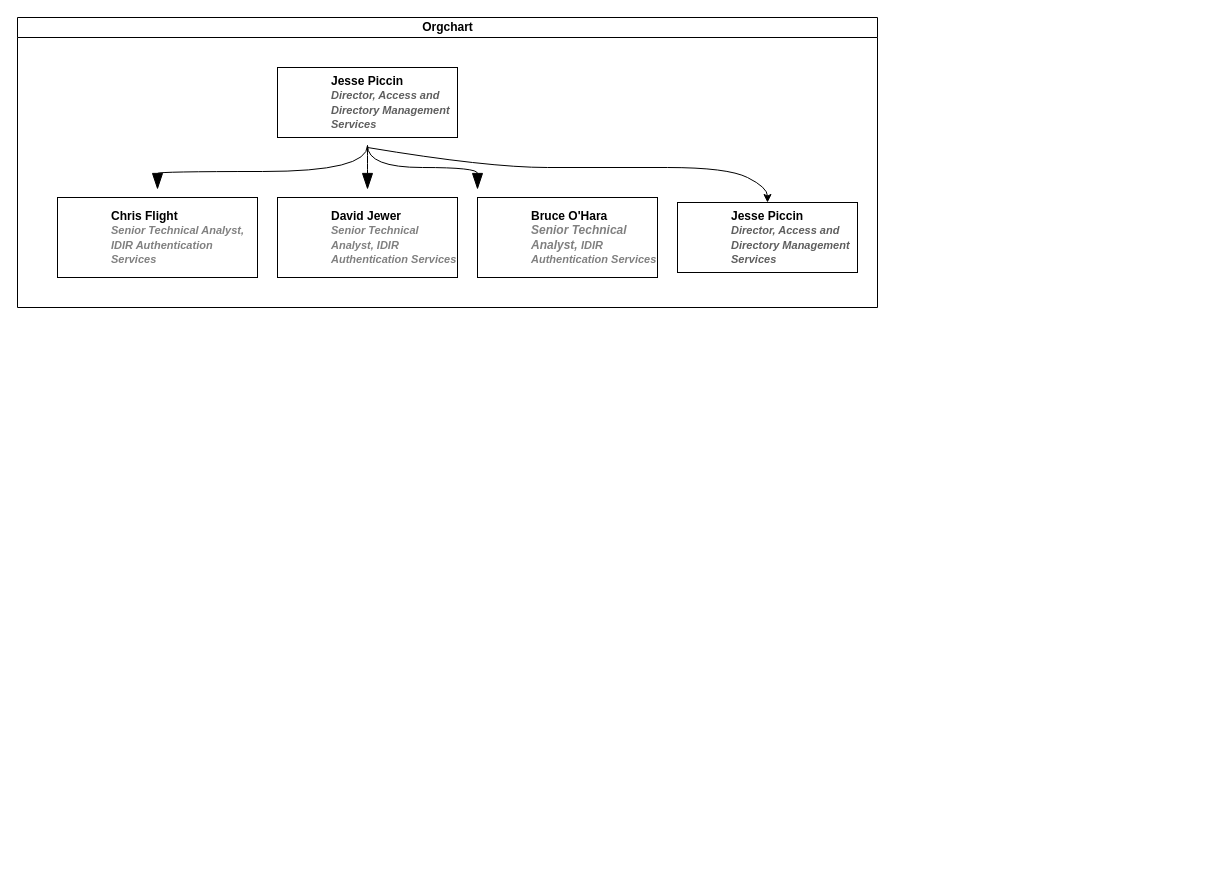
ThindK/myrepo keeps this draw.io diagram as page "Access and Directory Management Services" (4 of 4) of Untitled Diagram.drawio. Above is the earlier version. Source tidied: cells renumbered, new cells numbered last; positions are measured from the earlier drawing's top-left corner, leaving out a move shared by most shapes. Both pictures are drawn from the tidied source at 100%, with x=0, y=0 at pixel (17, 17).
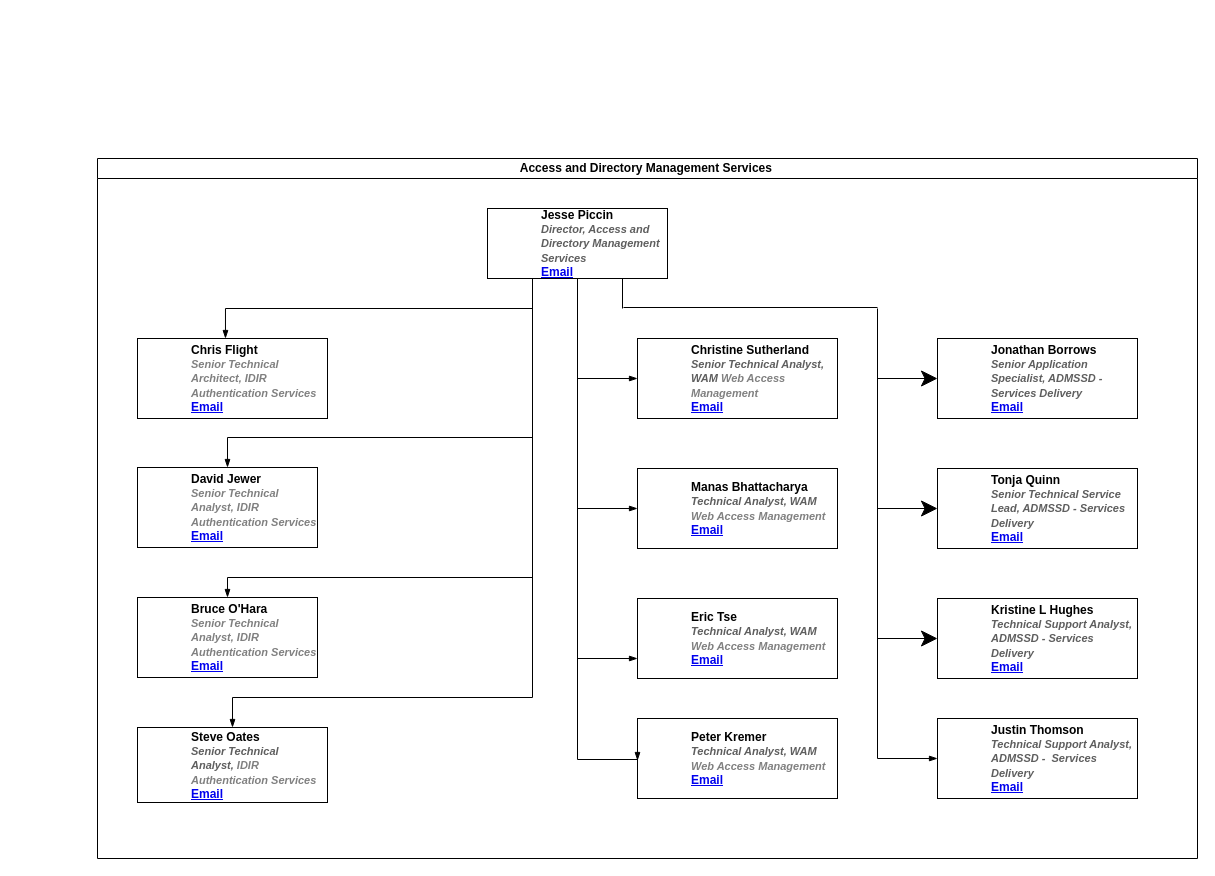
After the change.

The edit, as a diff of the source:
```diff
@@
-    <mxCell id="2" value="Orgchart" style="swimlane;html=1;startSize=20;horizontal=1;containerType=tree;glass=0;hachureGap=4;" parent="1" vertex="1">
-      <mxGeometry width="860" height="290" as="geometry" />
-    </mxCell>
-    <mxCell id="3" value="Jesse Piccin&lt;br&gt;&lt;i style=&quot;font-size: 11px&quot;&gt;&lt;font style=&quot;font-size: 11px&quot;&gt;&lt;font color=&quot;#5e5e5e&quot;&gt;Director, Access and Directory Management Services&lt;/font&gt;&lt;br&gt;&lt;/font&gt;&lt;/i&gt;" style="label;whiteSpace=wrap;html=1;rounded=0;glass=0;hachureGap=4;" parent="2" vertex="1">
-      <mxGeometry x="260" y="50" width="180" height="70" as="geometry" />
-    </mxCell>
-    <mxCell id="4" style="endArrow=blockThin;endFill=1;fontSize=11;edgeStyle=elbowEdgeStyle;elbow=vertical;rounded=0;startSize=14;endSize=14;sourcePerimeterSpacing=8;targetPerimeterSpacing=8;curved=1;" parent="2" edge="1" target="5">
-      <mxGeometry relative="1" as="geometry">
-        <mxPoint x="350" y="128" as="sourcePoint" />
-      </mxGeometry>
-    </mxCell>
-    <mxCell id="5" value="Chris Flight&lt;br&gt;&lt;font color=&quot;#808080&quot; size=&quot;1&quot;&gt;&lt;i style=&quot;font-size: 11px&quot;&gt;Senior Technical Analyst, IDIR Authentication Services&lt;/i&gt;&lt;/font&gt;" style="label;whiteSpace=wrap;html=1;rounded=0;glass=0;hachureGap=4;" parent="2" vertex="1">
-      <mxGeometry x="40" y="180" width="200" height="80" as="geometry" />
-    </mxCell>
-    <mxCell id="6" style="endArrow=blockThin;endFill=1;fontSize=11;edgeStyle=elbowEdgeStyle;elbow=vertical;rounded=0;startSize=14;endSize=14;sourcePerimeterSpacing=8;targetPerimeterSpacing=8;curved=1;" parent="2" edge="1" source="3" target="7">
-      <mxGeometry relative="1" as="geometry" />
-    </mxCell>
-    <mxCell id="7" value="David Jewer&lt;br&gt;&lt;font color=&quot;#808080&quot;&gt;&lt;span style=&quot;font-size: 11px&quot;&gt;&lt;i&gt;Senior Technical Analyst, IDIR Authentication Services&lt;/i&gt;&lt;/span&gt;&lt;/font&gt;&lt;br&gt;" style="label;whiteSpace=wrap;html=1;rounded=0;glass=0;hachureGap=4;" parent="2" vertex="1">
-      <mxGeometry x="260" y="180" width="180" height="80" as="geometry" />
-    </mxCell>
-    <mxCell id="8" style="endArrow=blockThin;endFill=1;fontSize=11;edgeStyle=elbowEdgeStyle;elbow=vertical;rounded=0;startSize=14;endSize=14;sourcePerimeterSpacing=8;targetPerimeterSpacing=8;curved=1;" parent="2" edge="1" source="3" target="9">
-      <mxGeometry relative="1" as="geometry">
-        <Array as="points">
-          <mxPoint x="460" y="150" />
-        </Array>
-      </mxGeometry>
-    </mxCell>
-    <mxCell id="9" value="Bruce O'Hara&lt;br&gt;&lt;i style=&quot;color: gray&quot;&gt;Senior Technical Analyst,&amp;nbsp;&lt;/i&gt;&lt;i style=&quot;color: rgb(128 , 128 , 128) ; font-size: 11px&quot;&gt;IDIR Authentication Services&lt;/i&gt;" style="label;whiteSpace=wrap;html=1;rounded=0;glass=0;hachureGap=4;" parent="2" vertex="1">
-      <mxGeometry x="460" y="180" width="180" height="80" as="geometry" />
-    </mxCell>
-    <mxCell id="10" style="edgeStyle=none;curved=1;rounded=0;jettySize=auto;html=1;entryX=0.5;entryY=0;entryDx=0;entryDy=0;" parent="2" edge="1" target="11">
-      <mxGeometry relative="1" as="geometry">
-        <mxPoint x="350" y="130" as="sourcePoint" />
-        <Array as="points">
-          <mxPoint x="470" y="150" />
-          <mxPoint x="590" y="150" />
-          <mxPoint x="710" y="150" />
-          <mxPoint x="750" y="170" />
-        </Array>
-      </mxGeometry>
-    </mxCell>
-    <mxCell id="11" value="Jesse Piccin&lt;br&gt;&lt;i style=&quot;font-size: 11px&quot;&gt;&lt;font style=&quot;font-size: 11px&quot;&gt;&lt;font color=&quot;#5e5e5e&quot;&gt;Director, Access and Directory Management Services&lt;/font&gt;&lt;br&gt;&lt;/font&gt;&lt;/i&gt;" style="label;whiteSpace=wrap;html=1;rounded=0;glass=0;hachureGap=4;" parent="2" vertex="1">
-      <mxGeometry x="660" y="185" width="180" height="70" as="geometry" />
-    </mxCell>
+    <mxCell id="12" value="Access and Directory Management Services&amp;nbsp;" style="swimlane;html=1;startSize=20;horizontal=1;containerType=tree;glass=0;" parent="1" vertex="1">
+      <mxGeometry x="80" y="141" width="1100" height="700" as="geometry" />
+    </mxCell>
+    <object id="13" label="Jesse Piccin&lt;br&gt;&lt;i style=&quot;font-size: 11px&quot;&gt;&lt;font color=&quot;#5e5e5e&quot;&gt;Director, Access and Directory Management Services&lt;/font&gt;&lt;/i&gt;&lt;br&gt;&lt;a href=&quot;mailto:%email%&quot;&gt;Email&lt;/a&gt;" email="Jesse.Piccin@gov.bc.ca" placeholders="1">
+      <mxCell style="label;whiteSpace=wrap;html=1;rounded=0;glass=0;" parent="12" vertex="1">
+        <mxGeometry x="390" y="50" width="180" height="70" as="geometry" />
+      </mxCell>
+    </object>
+    <mxCell id="14" style="endArrow=blockThin;endFill=1;fontSize=11;edgeStyle=elbowEdgeStyle;elbow=vertical;rounded=0;entryX=0.463;entryY=0;entryDx=0;entryDy=0;entryPerimeter=0;exitX=0.25;exitY=1;exitDx=0;exitDy=0;" parent="12" edge="1" source="13" target="15">
+      <mxGeometry relative="1" as="geometry" />
+    </mxCell>
+    <object id="15" label="Chris Flight&lt;br&gt;&lt;i style=&quot;color: gray ; font-size: 11px&quot;&gt;Senior Technical Architect, IDIR Authentication Services&lt;br&gt;&lt;/i&gt;&lt;a href=&quot;mailto:%email%&quot;&gt;Email&lt;/a&gt;" email="chris.flight@gov.bc.ca" placeholders="1">
+      <mxCell style="label;whiteSpace=wrap;html=1;rounded=0;glass=0;" parent="12" vertex="1">
+        <mxGeometry x="40" y="180" width="190" height="80" as="geometry" />
+      </mxCell>
+    </object>
+    <mxCell id="16" value="Christine Sutherland&lt;br&gt;&lt;i style=&quot;font-size: 11px&quot;&gt;&lt;font color=&quot;#5e5e5e&quot;&gt;Senior Technical Analyst, WAM &lt;/font&gt;&lt;font color=&quot;#808080&quot;&gt;Web Access Management&lt;/font&gt;&lt;/i&gt;&lt;br&gt;&lt;a href=&quot;mailto:Jesse.Piccin@gov.bc.ca&quot;&gt;Email&lt;/a&gt;" style="label;whiteSpace=wrap;html=1;rounded=0;glass=0;" parent="12" vertex="1">
+      <mxGeometry x="540" y="180" width="200" height="80" as="geometry" />
+    </mxCell>
+    <mxCell id="17" style="endArrow=blockThin;endFill=1;fontSize=11;edgeStyle=elbowEdgeStyle;elbow=vertical;rounded=0;exitX=0.5;exitY=1;exitDx=0;exitDy=0;" parent="12" edge="1" source="13">
+      <mxGeometry relative="1" as="geometry">
+        <mxPoint x="540" y="220" as="targetPoint" />
+        <Array as="points">
+          <mxPoint x="490" y="220" />
+        </Array>
+      </mxGeometry>
+    </mxCell>
+    <mxCell id="18" value="Manas Bhattacharya&lt;br&gt;&lt;i style=&quot;font-size: 11px&quot;&gt;&lt;font color=&quot;#5e5e5e&quot;&gt;Technical Analyst, WAM &lt;/font&gt;&lt;font color=&quot;#808080&quot;&gt;Web Access Management&lt;/font&gt;&lt;/i&gt;&lt;br&gt;&lt;a href=&quot;mailto:Jesse.Piccin@gov.bc.ca&quot;&gt;Email&lt;/a&gt;" style="label;whiteSpace=wrap;html=1;rounded=0;glass=0;" parent="12" vertex="1">
+      <mxGeometry x="540" y="310" width="200" height="80" as="geometry" />
+    </mxCell>
+    <mxCell id="19" value="&lt;font&gt;Eric Tse&amp;nbsp;&lt;br&gt;&lt;font color=&quot;#5e5e5e&quot; style=&quot;font-size: 11px&quot;&gt;&lt;i&gt;Technical Analyst, WAM &lt;/i&gt;&lt;/font&gt;&lt;/font&gt;&lt;font color=&quot;#808080&quot; style=&quot;font-size: 11px ; font-style: italic&quot;&gt;Web Access Management&lt;/font&gt;&lt;br&gt;&lt;a href=&quot;mailto:Jesse.Piccin@gov.bc.ca&quot;&gt;Email&lt;/a&gt;" style="label;whiteSpace=wrap;html=1;rounded=0;glass=0;" parent="12" vertex="1">
+      <mxGeometry x="540" y="440" width="200" height="80" as="geometry" />
+    </mxCell>
+    <mxCell id="20" value="Peter Kremer&lt;br&gt;&lt;i style=&quot;font-size: 11px&quot;&gt;&lt;font color=&quot;#5e5e5e&quot;&gt;Technical Analyst, WAM &lt;/font&gt;&lt;font color=&quot;#808080&quot;&gt;Web Access Management&lt;/font&gt;&lt;/i&gt;&lt;br&gt;&lt;a href=&quot;mailto:Jesse.Piccin@gov.bc.ca&quot;&gt;Email&lt;/a&gt;" style="label;whiteSpace=wrap;html=1;rounded=0;glass=0;" parent="12" vertex="1">
+      <mxGeometry x="540" y="560" width="200" height="80" as="geometry" />
+    </mxCell>
+    <mxCell id="21" style="endArrow=blockThin;endFill=1;fontSize=11;edgeStyle=elbowEdgeStyle;elbow=vertical;rounded=0;entryX=0;entryY=0.5;entryDx=0;entryDy=0;exitX=0.5;exitY=1;exitDx=0;exitDy=0;" parent="12" edge="1" source="13" target="18">
+      <mxGeometry relative="1" as="geometry">
+        <Array as="points">
+          <mxPoint x="480" y="350" />
+        </Array>
+      </mxGeometry>
+    </mxCell>
+    <mxCell id="22" style="endArrow=blockThin;endFill=1;fontSize=11;edgeStyle=elbowEdgeStyle;elbow=vertical;rounded=0;entryX=0;entryY=0.75;entryDx=0;entryDy=0;exitX=0.5;exitY=1;exitDx=0;exitDy=0;" parent="12" edge="1" source="13" target="19">
+      <mxGeometry relative="1" as="geometry">
+        <Array as="points">
+          <mxPoint x="480" y="500" />
+        </Array>
+      </mxGeometry>
+    </mxCell>
+    <mxCell id="23" value="Justin Thomson&lt;br&gt;&lt;i style=&quot;font-size: 11px&quot;&gt;&lt;font color=&quot;#5e5e5e&quot;&gt;Technical Support Analyst, ADMSSD -&amp;nbsp; Services Delivery&lt;/font&gt;&lt;/i&gt;&lt;br&gt;&lt;a href=&quot;mailto:Jesse.Piccin@gov.bc.ca&quot;&gt;Email&lt;/a&gt;" style="label;whiteSpace=wrap;html=1;rounded=0;glass=0;" parent="12" vertex="1">
+      <mxGeometry x="840" y="560" width="200" height="80" as="geometry" />
+    </mxCell>
+    <mxCell id="24" style="endArrow=blockThin;endFill=1;fontSize=11;edgeStyle=elbowEdgeStyle;elbow=vertical;rounded=0;" parent="12" edge="1" target="23">
+      <mxGeometry relative="1" as="geometry">
+        <mxPoint x="780" y="150" as="sourcePoint" />
+        <Array as="points">
+          <mxPoint x="770" y="600" />
+          <mxPoint x="770" y="400" />
+          <mxPoint x="780" y="230" />
+          <mxPoint x="820" y="150" />
+          <mxPoint x="640" y="150" />
+          <mxPoint x="780" y="560" />
+        </Array>
+      </mxGeometry>
+    </mxCell>
+    <mxCell id="25" style="endArrow=none;html=1;startSize=14;endSize=14;sourcePerimeterSpacing=8;targetPerimeterSpacing=8;entryX=0.75;entryY=1;entryDx=0;entryDy=0;" parent="12" edge="1" target="13">
+      <mxGeometry relative="1" as="geometry">
+        <mxPoint x="525" y="150" as="sourcePoint" />
+      </mxGeometry>
+    </mxCell>
+    <mxCell id="26" value="Jonathan Borrows&lt;br&gt;&lt;i style=&quot;font-size: 11px&quot;&gt;&lt;font color=&quot;#5e5e5e&quot;&gt;Senior Application Specialist, ADMSSD - Services Delivery&lt;/font&gt;&lt;/i&gt;&lt;br&gt;&lt;a href=&quot;mailto:Jesse.Piccin@gov.bc.ca&quot;&gt;Email&lt;/a&gt;" style="label;whiteSpace=wrap;html=1;rounded=0;glass=0;" parent="12" vertex="1">
+      <mxGeometry x="840" y="180" width="200" height="80" as="geometry" />
+    </mxCell>
+    <mxCell id="27" value="Tonja Quinn&lt;br&gt;&lt;i style=&quot;font-size: 11px&quot;&gt;&lt;font color=&quot;#5e5e5e&quot;&gt;Senior Technical Service Lead, ADMSSD - Services Delivery&lt;/font&gt;&lt;/i&gt;&lt;br&gt;&lt;a href=&quot;mailto:Jesse.Piccin@gov.bc.ca&quot;&gt;Email&lt;/a&gt;" style="label;whiteSpace=wrap;html=1;rounded=0;glass=0;" parent="12" vertex="1">
+      <mxGeometry x="840" y="310" width="200" height="80" as="geometry" />
+    </mxCell>
+    <mxCell id="28" value="Kristine L Hughes&lt;br&gt;&lt;i style=&quot;font-size: 11px&quot;&gt;&lt;font color=&quot;#5e5e5e&quot;&gt;Technical Support Analyst, ADMSSD - Services Delivery&lt;/font&gt;&lt;/i&gt;&lt;br&gt;&lt;a href=&quot;mailto:Jesse.Piccin@gov.bc.ca&quot;&gt;Email&lt;/a&gt;" style="label;whiteSpace=wrap;html=1;rounded=0;glass=0;" parent="12" vertex="1">
+      <mxGeometry x="840" y="440" width="200" height="80" as="geometry" />
+    </mxCell>
+    <mxCell id="29" style="endArrow=classic;html=1;startSize=14;endSize=14;sourcePerimeterSpacing=8;targetPerimeterSpacing=8;" parent="12" edge="1">
+      <mxGeometry relative="1" as="geometry">
+        <mxPoint x="780" y="350" as="sourcePoint" />
+        <mxPoint x="840" y="350" as="targetPoint" />
+      </mxGeometry>
+    </mxCell>
+    <mxCell id="30" style="endArrow=classic;html=1;startSize=14;endSize=14;sourcePerimeterSpacing=8;targetPerimeterSpacing=8;entryX=0;entryY=0.5;entryDx=0;entryDy=0;" parent="12" edge="1" target="28">
+      <mxGeometry relative="1" as="geometry">
+        <mxPoint x="780" y="480" as="sourcePoint" />
+      </mxGeometry>
+    </mxCell>
+    <object id="31" label="David Jewer&lt;br&gt;&lt;i style=&quot;color: rgb(128 , 128 , 128) ; font-size: 11px&quot;&gt;Senior Technical Analyst, IDIR Authentication Services&lt;/i&gt;&lt;br&gt;&lt;a href=&quot;mailto:%email%&quot;&gt;Email&lt;/a&gt;" email="David.Jewer@gov.bc.ca" placeholders="1">
+      <mxCell style="label;whiteSpace=wrap;html=1;rounded=0;glass=0;" parent="1" vertex="1">
+        <mxGeometry x="120" y="450" width="180" height="80" as="geometry" />
+      </mxCell>
+    </object>
+    <mxCell id="32" style="endArrow=blockThin;endFill=1;fontSize=11;edgeStyle=elbowEdgeStyle;elbow=vertical;rounded=0;exitX=0.25;exitY=1;exitDx=0;exitDy=0;entryX=0.5;entryY=0;entryDx=0;entryDy=0;" parent="1" edge="1" source="13" target="33">
+      <mxGeometry relative="1" as="geometry">
+        <Array as="points">
+          <mxPoint x="410" y="560" />
+          <mxPoint x="400" y="420" />
+        </Array>
+      </mxGeometry>
+    </mxCell>
+    <object id="33" label="Bruce O'Hara&lt;br&gt;&lt;i style=&quot;font-size: 11px ; color: gray&quot;&gt;Senior Technical Analyst,&amp;nbsp;&lt;/i&gt;&lt;i style=&quot;font-size: 11px ; color: rgb(128 , 128 , 128)&quot;&gt;IDIR Authentication Services&lt;/i&gt;&lt;br&gt;&lt;a href=&quot;mailto:%email%&quot;&gt;Email&lt;/a&gt;" email="Bruce.K.OHara@gov.bc.ca" placeholders="1">
+      <mxCell style="label;whiteSpace=wrap;html=1;rounded=0;glass=0;" parent="1" vertex="1">
+        <mxGeometry x="120" y="580" width="180" height="80" as="geometry" />
+      </mxCell>
+    </object>
+    <mxCell id="34" style="endArrow=blockThin;endFill=1;fontSize=11;edgeStyle=elbowEdgeStyle;elbow=vertical;rounded=0;exitX=0.25;exitY=1;exitDx=0;exitDy=0;" parent="1" edge="1" source="13">
+      <mxGeometry relative="1" as="geometry">
+        <mxPoint x="210" y="450" as="targetPoint" />
+        <Array as="points">
+          <mxPoint x="400" y="420" />
+          <mxPoint x="520" y="310" />
+          <mxPoint x="380" y="560" />
+        </Array>
+      </mxGeometry>
+    </mxCell>
+    <mxCell id="35" value="Steve Oates&lt;br&gt;&lt;i style=&quot;font-size: 11px&quot;&gt;&lt;font color=&quot;#5e5e5e&quot;&gt;Senior Technical Analyst,&amp;nbsp;&lt;/font&gt;&lt;/i&gt;&lt;i style=&quot;font-size: 11px ; color: rgb(128 , 128 , 128)&quot;&gt;IDIR Authentication Services&lt;/i&gt;&lt;br&gt;&lt;a href=&quot;mailto:Jesse.Piccin@gov.bc.ca&quot;&gt;Email&lt;/a&gt;" style="label;whiteSpace=wrap;html=1;rounded=0;glass=0;" parent="1" vertex="1">
+      <mxGeometry x="120" y="710" width="190" height="75" as="geometry" />
+    </mxCell>
+    <mxCell id="36" style="endArrow=blockThin;endFill=1;fontSize=11;edgeStyle=elbowEdgeStyle;elbow=vertical;rounded=0;entryX=0.5;entryY=0;entryDx=0;entryDy=0;exitX=0.25;exitY=1;exitDx=0;exitDy=0;" parent="1" edge="1" source="13" target="35">
+      <mxGeometry relative="1" as="geometry">
+        <Array as="points">
+          <mxPoint x="330" y="680" />
+        </Array>
+      </mxGeometry>
+    </mxCell>
+    <mxCell id="37" style="endArrow=blockThin;endFill=1;fontSize=11;edgeStyle=elbowEdgeStyle;elbow=vertical;rounded=0;entryX=0;entryY=0.5;entryDx=0;entryDy=0;" parent="1" edge="1">
+      <mxGeometry relative="1" as="geometry">
+        <mxPoint x="560" y="262" as="sourcePoint" />
+        <mxPoint x="620" y="743" as="targetPoint" />
+        <Array as="points">
+          <mxPoint x="570" y="742" />
+        </Array>
+      </mxGeometry>
+    </mxCell>
+    <mxCell id="38" style="endArrow=none;html=1;startSize=14;endSize=14;sourcePerimeterSpacing=8;targetPerimeterSpacing=8;" parent="1" edge="1">
+      <mxGeometry relative="1" as="geometry">
+        <mxPoint x="860" y="290" as="sourcePoint" />
+        <mxPoint x="606" y="290" as="targetPoint" />
+      </mxGeometry>
+    </mxCell>
+    <mxCell id="39" style="endArrow=classic;html=1;startSize=14;endSize=14;sourcePerimeterSpacing=8;targetPerimeterSpacing=8;entryX=0;entryY=0.5;entryDx=0;entryDy=0;" parent="1" edge="1" target="26">
+      <mxGeometry relative="1" as="geometry">
+        <mxPoint x="860" y="361" as="sourcePoint" />
+      </mxGeometry>
+    </mxCell>
```
